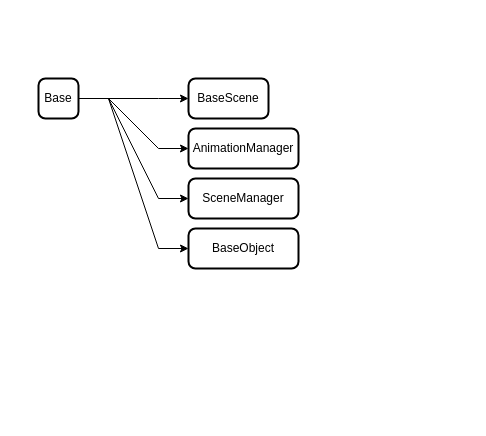
Above: inheritance scheme.drawio in AKTOETO/SFMLsnake (draw.io), before the change. Source tidied: cells renumbered, new cells numbered last; positions are measured from the earlier drawing's top-left corner, leaving out a move shared by most shapes. Both pictures are drawn from the tidied source at 100%, with x=0, y=0 at pixel (38, 78).
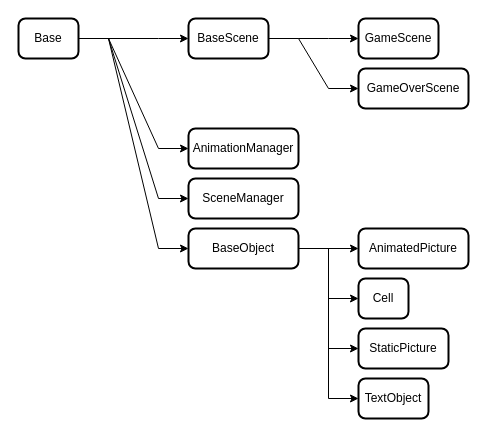
The same diagram, later.

Unchanged cells that the change refers to:
```xml
<mxCell id="10" value="BaseObject" style="rounded=1;whiteSpace=wrap;html=1;absoluteArcSize=1;arcSize=14;strokeWidth=2;" parent="1" vertex="1">
  <mxGeometry x="150" y="150" width="110" height="40" as="geometry" />
</mxCell>
```

Change to the diagram source:
```diff
@@
     <mxCell id="6" value="Base" style="rounded=1;whiteSpace=wrap;html=1;absoluteArcSize=1;arcSize=14;strokeWidth=2;" parent="1" vertex="1">
-      <mxGeometry width="40" height="40" as="geometry" />
+      <mxGeometry x="-20" y="-60" width="60" height="40" as="geometry" />
     </mxCell>
+    <mxCell id="11" style="edgeStyle=entityRelationEdgeStyle;rounded=0;jettySize=auto;html=1;exitX=1;exitY=0.5;exitDx=0;exitDy=0;entryX=0;entryY=0.5;entryDx=0;entryDy=0;elbow=vertical;" parent="1" edge="1" source="7" target="17">
+      <mxGeometry relative="1" as="geometry" />
+    </mxCell>
+    <mxCell id="12" style="edgeStyle=entityRelationEdgeStyle;rounded=0;jettySize=auto;html=1;exitX=1;exitY=0.5;exitDx=0;exitDy=0;entryX=0;entryY=0.5;entryDx=0;entryDy=0;elbow=vertical;" parent="1" edge="1" source="7" target="18">
+      <mxGeometry relative="1" as="geometry" />
+    </mxCell>
     <mxCell id="7" value="BaseScene" style="rounded=1;whiteSpace=wrap;html=1;absoluteArcSize=1;arcSize=14;strokeWidth=2;" parent="1" vertex="1">
-      <mxGeometry x="150" width="80" height="40" as="geometry" />
+      <mxGeometry x="150" y="-60" width="80" height="40" as="geometry" />
     </mxCell>
@@
+    <mxCell id="13" style="edgeStyle=entityRelationEdgeStyle;rounded=0;jettySize=auto;html=1;exitX=1;exitY=0.5;exitDx=0;exitDy=0;entryX=0;entryY=0.5;entryDx=0;entryDy=0;elbow=vertical;" parent="1" edge="1" source="10" target="19">
+      <mxGeometry relative="1" as="geometry" />
+    </mxCell>
+    <mxCell id="14" style="edgeStyle=entityRelationEdgeStyle;rounded=0;jettySize=auto;html=1;exitX=1;exitY=0.5;exitDx=0;exitDy=0;entryX=0;entryY=0.5;entryDx=0;entryDy=0;elbow=vertical;" parent="1" edge="1" source="10" target="20">
+      <mxGeometry relative="1" as="geometry" />
+    </mxCell>
+    <mxCell id="15" style="edgeStyle=entityRelationEdgeStyle;rounded=0;jettySize=auto;html=1;exitX=1;exitY=0.5;exitDx=0;exitDy=0;entryX=0;entryY=0.5;entryDx=0;entryDy=0;elbow=vertical;" parent="1" edge="1" source="10" target="21">
+      <mxGeometry relative="1" as="geometry" />
+    </mxCell>
+    <mxCell id="16" style="edgeStyle=entityRelationEdgeStyle;rounded=0;jettySize=auto;html=1;exitX=1;exitY=0.5;exitDx=0;exitDy=0;entryX=0;entryY=0.5;entryDx=0;entryDy=0;elbow=vertical;" parent="1" edge="1" source="10" target="22">
+      <mxGeometry relative="1" as="geometry" />
+    </mxCell>
@@
+    <mxCell id="17" value="GameScene" style="rounded=1;whiteSpace=wrap;html=1;absoluteArcSize=1;arcSize=14;strokeWidth=2;" parent="1" vertex="1">
+      <mxGeometry x="320" y="-60" width="80" height="40" as="geometry" />
+    </mxCell>
+    <mxCell id="18" value="GameOverScene" style="rounded=1;whiteSpace=wrap;html=1;absoluteArcSize=1;arcSize=14;strokeWidth=2;" parent="1" vertex="1">
+      <mxGeometry x="320" y="-10" width="110" height="40" as="geometry" />
+    </mxCell>
+    <mxCell id="19" value="AnimatedPicture" style="rounded=1;whiteSpace=wrap;html=1;absoluteArcSize=1;arcSize=14;strokeWidth=2;" parent="1" vertex="1">
+      <mxGeometry x="320" y="150" width="110" height="40" as="geometry" />
+    </mxCell>
+    <mxCell id="20" value="Cell" style="rounded=1;whiteSpace=wrap;html=1;absoluteArcSize=1;arcSize=14;strokeWidth=2;" parent="1" vertex="1">
+      <mxGeometry x="320" y="200" width="50" height="40" as="geometry" />
+    </mxCell>
+    <mxCell id="21" value="StaticPicture" style="rounded=1;whiteSpace=wrap;html=1;absoluteArcSize=1;arcSize=14;strokeWidth=2;" parent="1" vertex="1">
+      <mxGeometry x="320" y="250" width="90" height="40" as="geometry" />
+    </mxCell>
+    <mxCell id="22" value="TextObject" style="rounded=1;whiteSpace=wrap;html=1;absoluteArcSize=1;arcSize=14;strokeWidth=2;" parent="1" vertex="1">
+      <mxGeometry x="320" y="300" width="70" height="40" as="geometry" />
+    </mxCell>
```
